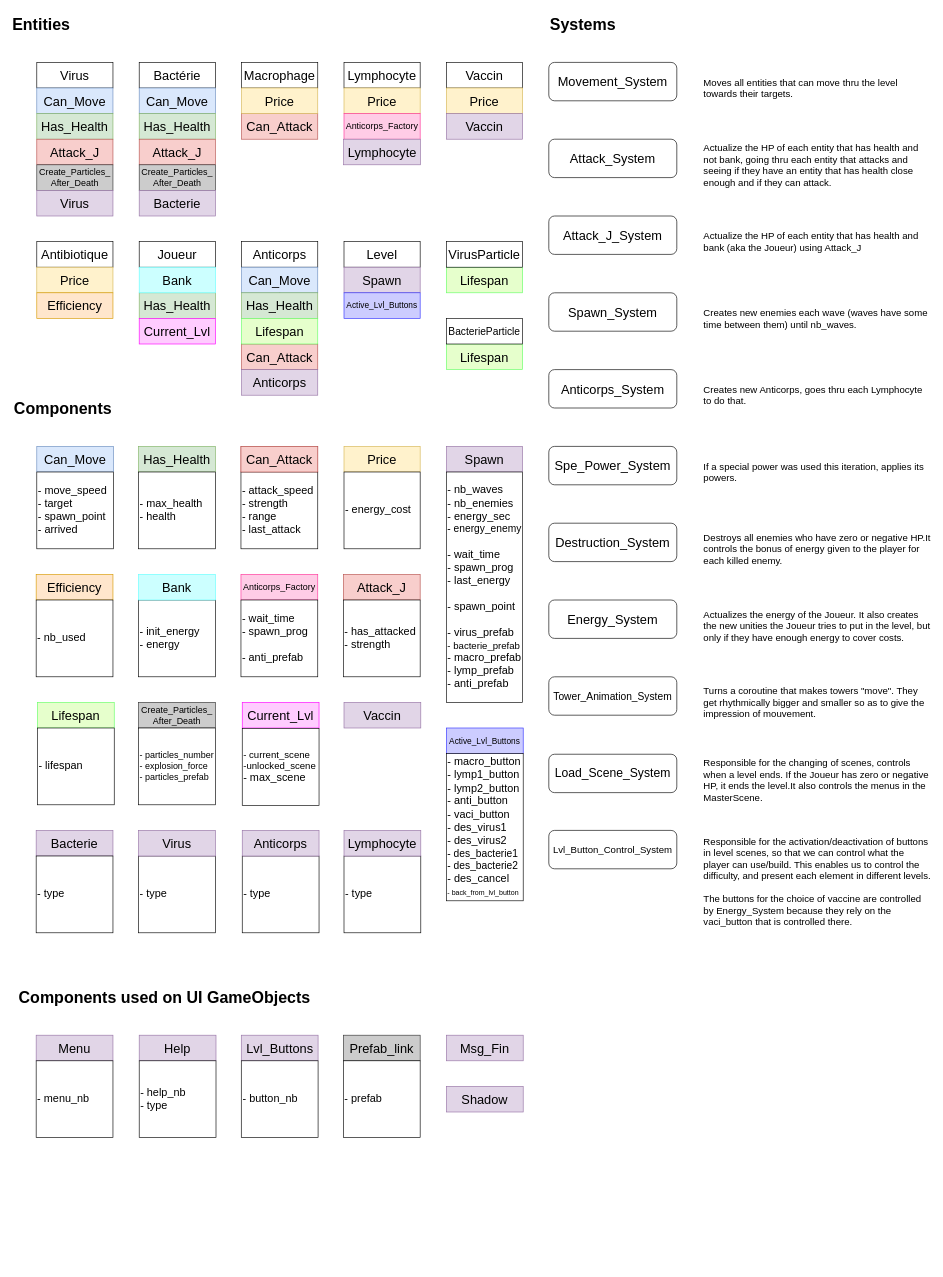
Earlier version of the draw.io diagram entities_components.drawio (Titanmito/Immunocalypse). Source tidied: cells renumbered, new cells numbered last; positions are measured from the earlier drawing's top-left corner, leaving out a move shared by most shapes. Both pictures are drawn from the tidied source at 64%, with x=0, y=0 at pixel (11, 11).
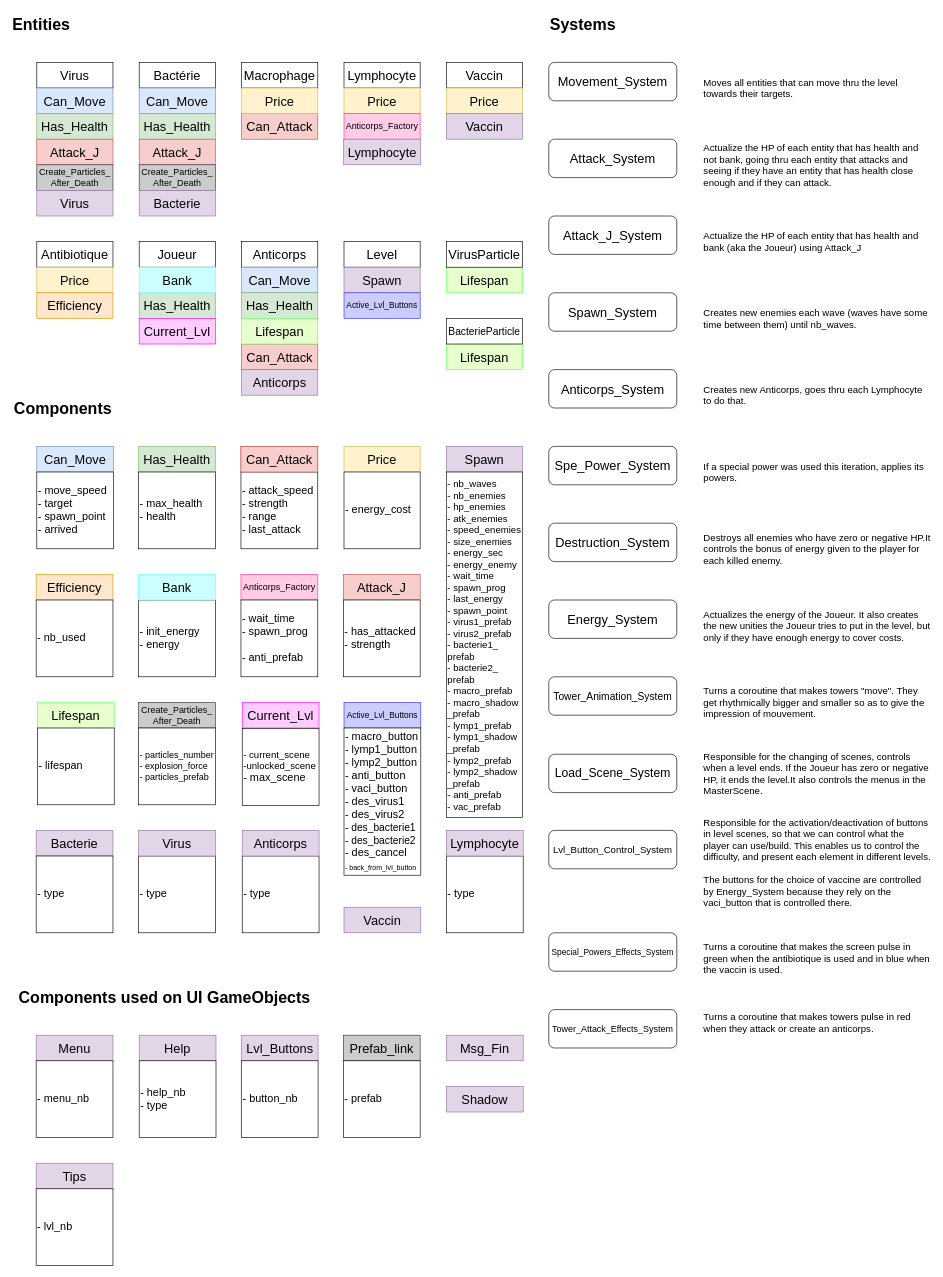
After the change.

Diff of the diagram source:
```diff
@@
-    <mxCell id="37" value="&lt;div&gt;&lt;font style=&quot;font-size: 17px&quot;&gt;- nb_waves&lt;/font&gt;&lt;/div&gt;&lt;div&gt;&lt;font style=&quot;font-size: 17px&quot;&gt;- nb_enemies&lt;/font&gt;&lt;/div&gt;&lt;div&gt;&lt;font style=&quot;font-size: 17px&quot;&gt;- energy_sec&lt;br&gt;&lt;/font&gt;&lt;/div&gt;&lt;div style=&quot;font-size: 16px&quot;&gt;&lt;font style=&quot;font-size: 16px&quot;&gt;- energy_enemy&lt;br&gt;&lt;/font&gt;&lt;/div&gt;&lt;div&gt;&lt;font style=&quot;font-size: 17px&quot;&gt;&lt;br&gt;&lt;/font&gt;&lt;/div&gt;&lt;div&gt;&lt;font style=&quot;font-size: 17px&quot;&gt;- wait_time&lt;/font&gt;&lt;/div&gt;&lt;div&gt;&lt;font style=&quot;font-size: 17px&quot;&gt;- spawn_prog&lt;br&gt;&lt;/font&gt;&lt;/div&gt;&lt;div&gt;&lt;font style=&quot;font-size: 17px&quot;&gt;- last_energy&lt;br&gt;&lt;/font&gt;&lt;/div&gt;&lt;div&gt;&lt;font style=&quot;font-size: 17px&quot;&gt;&lt;br&gt;&lt;/font&gt;&lt;/div&gt;&lt;div&gt;&lt;font style=&quot;font-size: 17px&quot;&gt;- spawn_point&lt;/font&gt;&lt;/div&gt;&lt;div&gt;&lt;font style=&quot;font-size: 17px&quot;&gt;&lt;br&gt;&lt;/font&gt;&lt;/div&gt;&lt;div&gt;&lt;font style=&quot;font-size: 17px&quot;&gt;- virus_prefab&lt;/font&gt;&lt;/div&gt;&lt;div style=&quot;font-size: 15px&quot;&gt;&lt;font style=&quot;font-size: 15px&quot;&gt;- bacterie_prefab&lt;/font&gt;&lt;/div&gt;&lt;div style=&quot;font-size: 17px&quot;&gt;&lt;font style=&quot;font-size: 17px&quot;&gt;- macro_prefab&lt;/font&gt;&lt;/div&gt;&lt;div style=&quot;font-size: 17px&quot;&gt;&lt;font style=&quot;font-size: 17px&quot;&gt;- lymp_prefab&lt;br&gt;&lt;/font&gt;&lt;/div&gt;&lt;div style=&quot;font-size: 17px&quot;&gt;&lt;font style=&quot;font-size: 17px&quot;&gt;- anti_prefab&lt;br&gt;&lt;/font&gt;&lt;/div&gt;" style="rounded=0;whiteSpace=wrap;html=1;align=left;" parent="1" vertex="1">
-      <mxGeometry x="680" y="720" width="119" height="360" as="geometry" />
+    <mxCell id="37" value="&lt;div style=&quot;font-size: 15px&quot;&gt;&lt;font style=&quot;font-size: 15px&quot;&gt;- nb_waves&lt;/font&gt;&lt;/div&gt;&lt;div style=&quot;font-size: 15px&quot;&gt;&lt;font style=&quot;font-size: 15px&quot;&gt;- nb_enemies&lt;/font&gt;&lt;/div&gt;&lt;div style=&quot;font-size: 15px&quot;&gt;&lt;font style=&quot;font-size: 15px&quot;&gt;- hp_enemies&lt;/font&gt;&lt;/div&gt;&lt;div style=&quot;font-size: 15px&quot;&gt;&lt;font style=&quot;font-size: 15px&quot;&gt;- atk_enemies&lt;/font&gt;&lt;/div&gt;&lt;div style=&quot;font-size: 15px&quot;&gt;&lt;font style=&quot;font-size: 15px&quot;&gt;- &lt;font style=&quot;font-size: 15px&quot;&gt;speed_enemies&lt;/font&gt;&lt;/font&gt;&lt;/div&gt;&lt;div style=&quot;font-size: 15px&quot;&gt;&lt;font style=&quot;font-size: 15px&quot;&gt;- size_enemies&lt;/font&gt;&lt;/div&gt;&lt;div style=&quot;font-size: 15px&quot;&gt;&lt;font style=&quot;font-size: 15px&quot;&gt;- energy_sec&lt;br&gt;&lt;/font&gt;&lt;/div&gt;&lt;div style=&quot;font-size: 15px&quot;&gt;&lt;font style=&quot;font-size: 15px&quot;&gt;- energy_enemy&lt;br&gt;&lt;/font&gt;&lt;/div&gt;&lt;div style=&quot;font-size: 15px&quot;&gt;&lt;font style=&quot;font-size: 15px&quot;&gt;- wait_time&lt;/font&gt;&lt;/div&gt;&lt;div style=&quot;font-size: 15px&quot;&gt;&lt;font style=&quot;font-size: 15px&quot;&gt;- spawn_prog&lt;br&gt;&lt;/font&gt;&lt;/div&gt;&lt;div style=&quot;font-size: 15px&quot;&gt;&lt;font style=&quot;font-size: 15px&quot;&gt;- last_energy&lt;br&gt;&lt;/font&gt;&lt;/div&gt;&lt;div style=&quot;font-size: 15px&quot;&gt;&lt;font style=&quot;font-size: 15px&quot;&gt;- spawn_point&lt;/font&gt;&lt;/div&gt;&lt;div style=&quot;font-size: 15px&quot;&gt;&lt;font style=&quot;font-size: 15px&quot;&gt;- virus1_prefab&lt;/font&gt;&lt;/div&gt;&lt;div style=&quot;font-size: 15px&quot;&gt;&lt;font style=&quot;font-size: 15px&quot;&gt;&lt;font style=&quot;font-size: 15px&quot;&gt;- virus2_prefab&lt;/font&gt;&lt;/font&gt;&lt;/div&gt;&lt;div style=&quot;font-size: 15px&quot;&gt;&lt;font style=&quot;font-size: 15px&quot;&gt;- &lt;font style=&quot;font-size: 15px&quot;&gt;bacterie1_&lt;/font&gt;&lt;/font&gt;&lt;/div&gt;&lt;div style=&quot;font-size: 15px&quot;&gt;&lt;font style=&quot;font-size: 15px&quot;&gt;&lt;font style=&quot;font-size: 15px&quot;&gt;prefab&lt;/font&gt;&lt;/font&gt;&lt;/div&gt;&lt;div style=&quot;font-size: 15px&quot;&gt;&lt;font style=&quot;font-size: 15px&quot;&gt;- &lt;/font&gt;&lt;font style=&quot;font-size: 15px&quot;&gt;&lt;font style=&quot;font-size: 15px&quot;&gt;bacterie2_&lt;/font&gt;&lt;/font&gt;&lt;/div&gt;&lt;div style=&quot;font-size: 15px&quot;&gt;&lt;font style=&quot;font-size: 15px&quot;&gt;&lt;font style=&quot;font-size: 15px&quot;&gt;prefab&lt;/font&gt;&lt;/font&gt;&lt;/div&gt;&lt;div style=&quot;font-size: 15px&quot;&gt;&lt;font style=&quot;font-size: 15px&quot;&gt;- macro_prefab&lt;/font&gt;&lt;/div&gt;&lt;div style=&quot;font-size: 15px&quot;&gt;&lt;font style=&quot;font-size: 15px&quot;&gt;- macro_shadow&lt;/font&gt;&lt;/div&gt;&lt;div style=&quot;font-size: 15px&quot;&gt;&lt;font style=&quot;font-size: 15px&quot;&gt;_prefab&lt;br&gt;&lt;/font&gt;&lt;/div&gt;&lt;div style=&quot;font-size: 15px&quot;&gt;&lt;font style=&quot;font-size: 15px&quot;&gt;- lymp1_prefab&lt;/font&gt;&lt;/div&gt;&lt;div style=&quot;font-size: 15px&quot;&gt;&lt;font style=&quot;font-size: 15px&quot;&gt;- lymp1_shadow&lt;/font&gt;&lt;/div&gt;&lt;div style=&quot;font-size: 15px&quot;&gt;&lt;font style=&quot;font-size: 15px&quot;&gt;_prefab&lt;br&gt;&lt;/font&gt;&lt;/div&gt;&lt;div style=&quot;font-size: 15px&quot;&gt;&lt;font style=&quot;font-size: 15px&quot;&gt;- lymp2_prefab&lt;br&gt;&lt;/font&gt;&lt;/div&gt;&lt;div style=&quot;font-size: 15px&quot;&gt;&lt;font style=&quot;font-size: 15px&quot;&gt;- lymp2_shadow&lt;/font&gt;&lt;/div&gt;&lt;div style=&quot;font-size: 15px&quot;&gt;&lt;font style=&quot;font-size: 15px&quot;&gt;_prefab&lt;br&gt;&lt;/font&gt;&lt;/div&gt;&lt;div style=&quot;font-size: 15px&quot;&gt;&lt;font style=&quot;font-size: 15px&quot;&gt;- anti_prefab&lt;br&gt;&lt;/font&gt;&lt;/div&gt;&lt;div style=&quot;font-size: 15px&quot;&gt;&lt;font style=&quot;font-size: 15px&quot;&gt;- vac_prefab&lt;br&gt;&lt;/font&gt;&lt;/div&gt;" style="rounded=0;whiteSpace=wrap;html=1;align=left;" parent="1" vertex="1">
+      <mxGeometry x="680" y="720" width="119" height="540" as="geometry" />
     </mxCell>
@@
     <mxCell id="88" value="Responsible for the changing of scenes, controls when a level ends. If the Joueur has zero or negative HP, it ends the level.It also controls the menus in the MasterScene." style="text;html=1;strokeColor=none;fillColor=none;align=left;verticalAlign=middle;whiteSpace=wrap;rounded=0;fontSize=15;" parent="1" vertex="1">
-      <mxGeometry x="1080" y="1161" width="360" height="80" as="geometry" />
+      <mxGeometry x="1080" y="1151" width="360" height="79" as="geometry" />
     </mxCell>
@@
     <mxCell id="91" value="&lt;font style=&quot;font-size: 20px&quot;&gt;Vaccin&lt;/font&gt;" style="rounded=0;whiteSpace=wrap;html=1;fillColor=#e1d5e7;strokeColor=#9673a6;" parent="1" vertex="1">
-      <mxGeometry x="520" y="1080" width="120" height="40" as="geometry" />
+      <mxGeometry x="520" y="1400" width="120" height="40" as="geometry" />
     </mxCell>
@@
     <mxCell id="102" value="&lt;div&gt;Responsible for the activation/deactivation of buttons in level scenes, so that we can control what the player can use/build. This enables us to control the difficulty, and present each element in different levels.&lt;/div&gt;&lt;div&gt;&lt;br&gt;The buttons for the choice of vaccine are controlled by Energy_System because they rely on the vaci_button that is controlled there.&lt;br&gt;&lt;/div&gt;" style="text;html=1;strokeColor=none;fillColor=none;align=left;verticalAlign=middle;whiteSpace=wrap;rounded=0;fontSize=15;" parent="1" vertex="1">
-      <mxGeometry x="1080" y="1260" width="360" height="200" as="geometry" />
+      <mxGeometry x="1080" y="1230" width="360" height="200" as="geometry" />
     </mxCell>
     <mxCell id="103" value="&lt;font style=&quot;font-size: 13px&quot;&gt;Active_Lvl_Buttons&lt;/font&gt;" style="rounded=0;whiteSpace=wrap;html=1;fillColor=#CCCCFF;strokeColor=#3333FF;" parent="1" vertex="1">
-      <mxGeometry x="680" y="1120" width="120" height="40" as="geometry" />
+      <mxGeometry x="520" y="1080" width="120" height="40" as="geometry" />
     </mxCell>
     <mxCell id="104" value="&lt;div&gt;&lt;font style=&quot;font-size: 17px&quot;&gt;- macro_button&lt;/font&gt;&lt;/div&gt;&lt;div&gt;&lt;font style=&quot;font-size: 17px&quot;&gt;- lymp1_button&lt;/font&gt;&lt;/div&gt;&lt;div&gt;&lt;font style=&quot;font-size: 17px&quot;&gt;- lymp2_button&lt;br&gt;&lt;/font&gt;&lt;/div&gt;&lt;div&gt;&lt;font style=&quot;font-size: 17px&quot;&gt;- anti_button&lt;/font&gt;&lt;/div&gt;&lt;div&gt;&lt;font style=&quot;font-size: 17px&quot;&gt;- vaci_button&lt;/font&gt;&lt;/div&gt;&lt;div&gt;&lt;font style=&quot;font-size: 17px&quot;&gt;- des_virus1&lt;/font&gt;&lt;/div&gt;&lt;div&gt;&lt;font style=&quot;font-size: 17px&quot;&gt;- des_virus2&lt;br&gt;&lt;/font&gt;&lt;/div&gt;&lt;div style=&quot;font-size: 16px&quot;&gt;&lt;font style=&quot;font-size: 16px&quot;&gt;- des_bacterie1&lt;br&gt;&lt;/font&gt;&lt;/div&gt;&lt;div style=&quot;font-size: 17px&quot;&gt;&lt;font style=&quot;font-size: 16px&quot;&gt;- &lt;/font&gt;&lt;font style=&quot;font-size: 16px&quot;&gt;&lt;font style=&quot;font-size: 16px&quot;&gt;des_bacterie2&lt;/font&gt;&lt;/font&gt;&lt;/div&gt;&lt;div style=&quot;font-size: 17px&quot;&gt;&lt;font style=&quot;font-size: 17px&quot;&gt;&lt;font style=&quot;font-size: 17px&quot;&gt;- des_cancel&lt;/font&gt;&lt;/font&gt;&lt;/div&gt;&lt;div style=&quot;font-size: 17px&quot;&gt;&lt;font style=&quot;font-size: 11px&quot;&gt;&lt;font style=&quot;font-size: 11px&quot;&gt;&lt;font style=&quot;font-size: 11px&quot;&gt;- back_from_lvl_button&lt;/font&gt;&lt;br&gt;&lt;/font&gt;&lt;/font&gt;&lt;/div&gt;" style="rounded=0;whiteSpace=wrap;html=1;align=left;" parent="1" vertex="1">
-      <mxGeometry x="680" y="1160" width="120" height="230" as="geometry" />
+      <mxGeometry x="520" y="1120" width="120" height="230" as="geometry" />
     </mxCell>
@@
     <mxCell id="116" value="&lt;div&gt;&lt;font style=&quot;font-size: 17px&quot;&gt;- type&lt;/font&gt;&lt;/div&gt;" style="rounded=0;whiteSpace=wrap;html=1;align=left;" parent="1" vertex="1">
-      <mxGeometry x="520" y="1320" width="120" height="120" as="geometry" />
+      <mxGeometry x="680" y="1320" width="120" height="120" as="geometry" />
     </mxCell>
     <mxCell id="117" value="&lt;font style=&quot;font-size: 20px&quot;&gt;Lymphocyte&lt;/font&gt;" style="rounded=0;whiteSpace=wrap;html=1;fillColor=#e1d5e7;strokeColor=#9673a6;" parent="1" vertex="1">
-      <mxGeometry x="520" y="1280" width="120" height="40" as="geometry" />
+      <mxGeometry x="680" y="1280" width="120" height="40" as="geometry" />
     </mxCell>
@@
+    <mxCell id="119" value="&lt;font style=&quot;font-size: 20px&quot;&gt;Tips&lt;/font&gt;" style="rounded=0;whiteSpace=wrap;html=1;fillColor=#e1d5e7;strokeColor=#9673a6;" parent="1" vertex="1">
+      <mxGeometry x="39" y="1800" width="120" height="40" as="geometry" />
+    </mxCell>
+    <mxCell id="120" value="&lt;div style=&quot;font-size: 17px&quot;&gt;&lt;font style=&quot;font-size: 17px&quot;&gt;- lvl_nb&lt;br&gt;&lt;/font&gt;&lt;/div&gt;" style="rounded=0;whiteSpace=wrap;html=1;align=left;" parent="1" vertex="1">
+      <mxGeometry x="39" y="1840" width="120" height="120" as="geometry" />
+    </mxCell>
+    <mxCell id="121" value="&lt;font style=&quot;font-size: 13px&quot;&gt;Special_Powers_Effects_System&lt;/font&gt;" style="rounded=1;whiteSpace=wrap;html=1;" parent="1" vertex="1">
+      <mxGeometry x="840" y="1440" width="200" height="60" as="geometry" />
+    </mxCell>
+    <mxCell id="122" value="Turns a coroutine that makes the screen pulse in green when the antibiotique is used and in blue when the vaccin is used." style="text;html=1;strokeColor=none;fillColor=none;align=left;verticalAlign=middle;whiteSpace=wrap;rounded=0;fontSize=15;" parent="1" vertex="1">
+      <mxGeometry x="1080" y="1440" width="360" height="80" as="geometry" />
+    </mxCell>
+    <mxCell id="123" value="&lt;font style=&quot;font-size: 14px&quot;&gt;Tower_Attack_Effects_System&lt;/font&gt;" style="rounded=1;whiteSpace=wrap;html=1;" parent="1" vertex="1">
+      <mxGeometry x="840" y="1560" width="200" height="60" as="geometry" />
+    </mxCell>
+    <mxCell id="124" value="Turns a coroutine that makes towers pulse in red when they attack or create an anticorps." style="text;html=1;strokeColor=none;fillColor=none;align=left;verticalAlign=middle;whiteSpace=wrap;rounded=0;fontSize=15;" parent="1" vertex="1">
+      <mxGeometry x="1080" y="1540" width="360" height="80" as="geometry" />
+    </mxCell>
```
